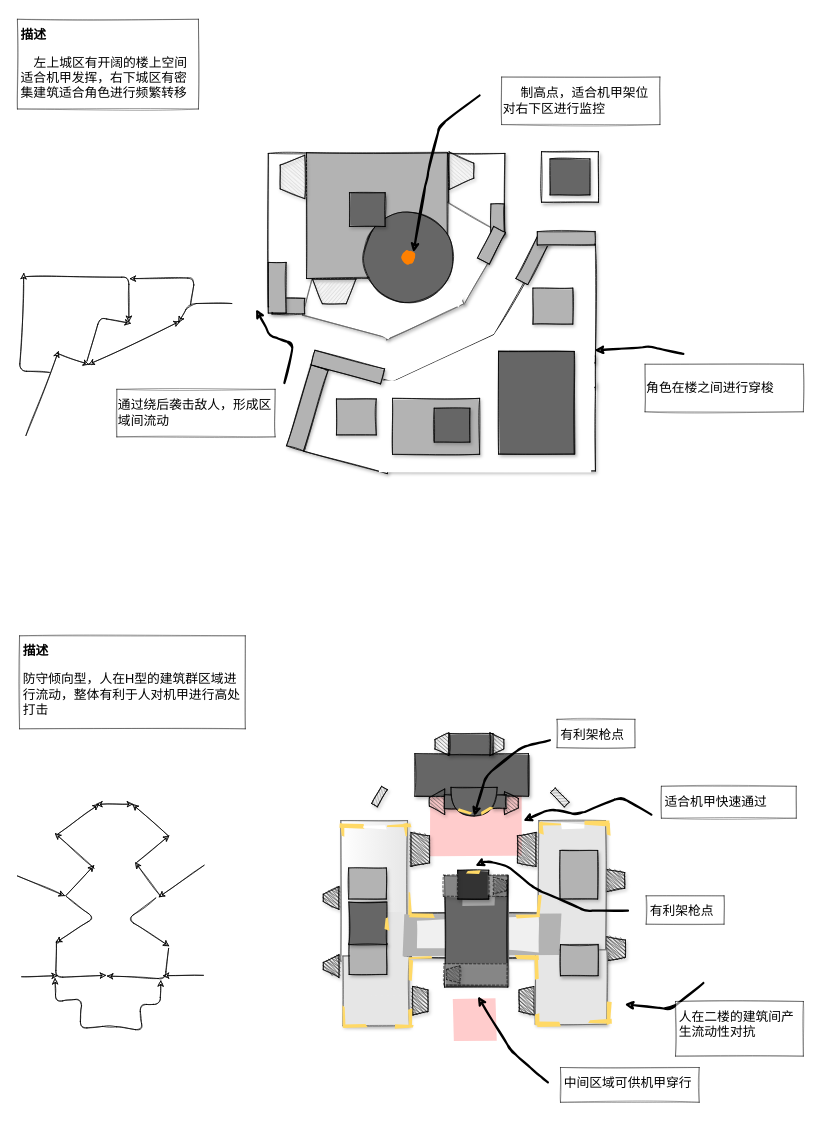
Above: Patterns.drawio in Heynoodle/DRAWIO (draw.io), before the change. Source tidied: cells renumbered, new cells numbered last; positions are measured from the earlier drawing's top-left corner, leaving out a move shared by most shapes. Both pictures are drawn from the tidied source at 71%, with x=0, y=0 at pixel (17, 19).
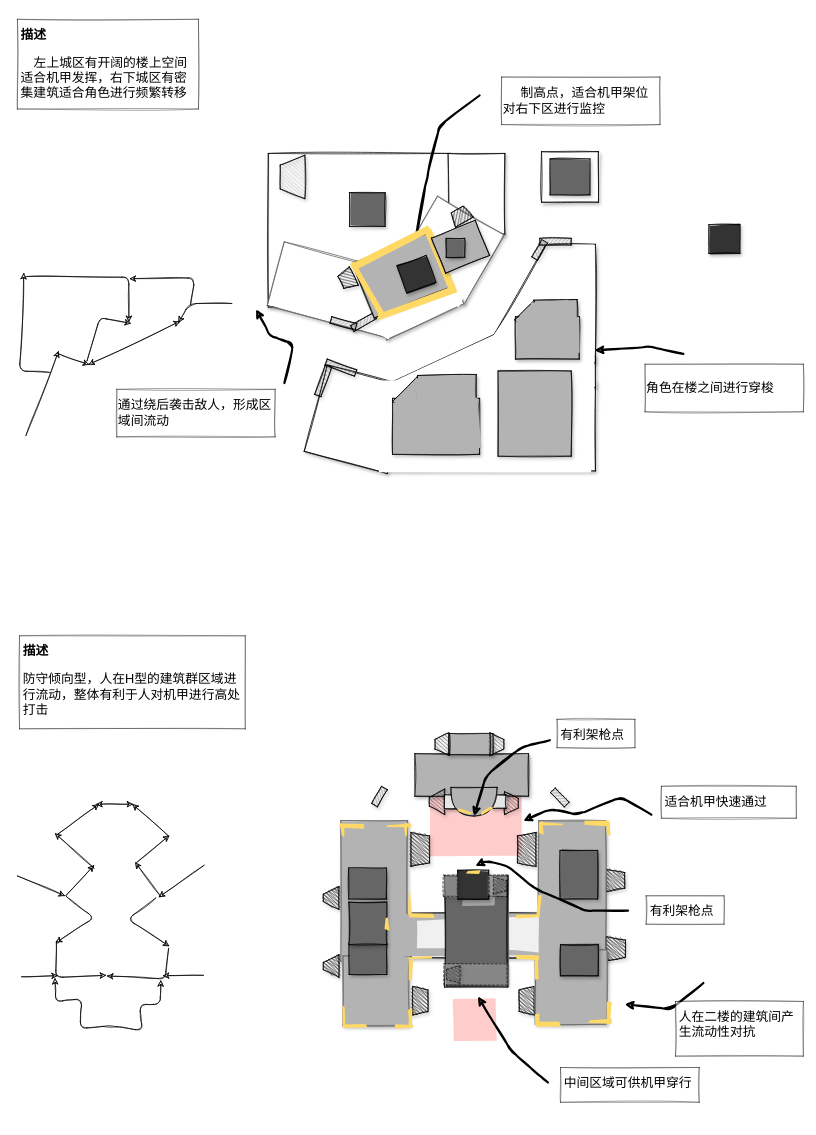
After the change.

Unchanged cells that the change refers to:
```xml
<mxCell id="53" style="group;" parent="1" vertex="1">
  <mxGeometry x="340.3" y="945" width="655" height="608" as="geometry" />
</mxCell>
<mxCell id="54" style="group;rotation=-180;" parent="53" vertex="1">
  <mxGeometry x="99.5" y="0.6" width="471.2" height="522" as="geometry" />
</mxCell>
```

Change to the diagram source:
```diff
@@
     <mxCell id="2" style="rounded=0;whiteSpace=wrap;html=1;shadow=1;sketch=1;" parent="1" vertex="1">
-      <mxGeometry x="353.4" y="188.6" width="80" height="216" as="geometry" />
+      <mxGeometry x="353.4" y="188.6" width="256.6" height="216.3" as="geometry" />
     </mxCell>
@@
     <mxCell id="4" style="rounded=0;whiteSpace=wrap;html=1;shadow=1;sketch=1;rotation=15;strokeColor=#666666;" parent="1" vertex="1">
-      <mxGeometry x="411.5" y="341" width="123.9" height="93" as="geometry" />
+      <mxGeometry x="360.9" y="334.3" width="175.3" height="93" as="geometry" />
     </mxCell>
@@
-    <mxCell id="9" style="group;rotation=-90;" parent="1" vertex="1">
-      <mxGeometry x="465.6" y="281.7" width="151.6" height="144" as="geometry" />
-    </mxCell>
-    <mxCell id="10" style="rounded=0;whiteSpace=wrap;html=1;shadow=1;sketch=1;fillStyle=solid;rotation=-90;fillColor=#B3B3B3;" parent="9" vertex="1">
-      <mxGeometry x="-47.7" y="-104.7" width="177.1" height="198.5" as="geometry" />
-    </mxCell>
-    <mxCell id="11" style="ellipse;whiteSpace=wrap;html=1;shadow=0;sketch=1;strokeColor=#000000;gradientColor=none;rotation=-90;fillColor=#666666;fillStyle=solid;" parent="9" vertex="1">
-      <mxGeometry x="18.7" y="-13.2" width="132.9" height="132.9" as="geometry" />
-    </mxCell>
-    <mxCell id="12" style="ellipse;whiteSpace=wrap;html=1;rounded=0;shadow=0;sketch=1;strokeWidth=1;strokeColor=none;fillColor=#FF8000;fillStyle=solid;" parent="9" vertex="1">
-      <mxGeometry x="75.2" y="43.2" width="20" height="20" as="geometry" />
-    </mxCell>
@@
-    <mxCell id="20" style="shape=trapezoid;perimeter=trapezoidPerimeter;whiteSpace=wrap;html=1;fixedSize=1;strokeWidth=1;sketch=1;shadow=1;rotation=90;fillStyle=auto;size=15.94885498046915;fillColor=#CCCCCC;" parent="1" vertex="1">
-      <mxGeometry x="598.9" y="195.6" width="53.1" height="34.7" as="geometry" />
-    </mxCell>
-    <mxCell id="21" style="shape=trapezoid;perimeter=trapezoidPerimeter;whiteSpace=wrap;html=1;fixedSize=1;strokeWidth=1;sketch=1;shadow=1;rotation=-180;fillStyle=auto;size=13.796666666666852;fillColor=#CCCCCC;" parent="1" vertex="1">
-      <mxGeometry x="415.7" y="365.6" width="61.2" height="34.7" as="geometry" />
-    </mxCell>
@@
-    <mxCell id="28" style="rounded=0;whiteSpace=wrap;html=1;shadow=1;sketch=1;rotation=90;fillColor=#666666;fillStyle=solid;" parent="1" vertex="1">
-      <mxGeometry x="658.8" y="486.5" width="144.4" height="106.7" as="geometry" />
-    </mxCell>
@@
-    <mxCell id="30" style="rounded=0;whiteSpace=wrap;html=1;shadow=1;sketch=1;rotation=90;fillStyle=solid;fillColor=#B3B3B3;" parent="1" vertex="1">
-      <mxGeometry x="728.9" y="375.6" width="50.6" height="56.1" as="geometry" />
-    </mxCell>
-    <mxCell id="31" style="rounded=0;whiteSpace=wrap;html=1;shadow=1;sketch=1;rotation=90;fillStyle=solid;fillColor=#B3B3B3;" parent="1" vertex="1">
-      <mxGeometry x="452.1" y="531.7" width="50.6" height="56.1" as="geometry" />
+    <mxCell id="31" style="rounded=0;whiteSpace=wrap;html=1;shadow=1;sketch=1;rotation=135;fillStyle=solid;fillColor=#B3B3B3;" parent="1" vertex="1">
+      <mxGeometry x="540.8" y="511.6" width="50.6" height="56.1" as="geometry" />
     </mxCell>
@@
-    <mxCell id="35" style="rounded=0;whiteSpace=wrap;html=1;shadow=1;sketch=1;rotation=105;fillStyle=solid;fillColor=#B3B3B3;" parent="1" vertex="1">
-      <mxGeometry x="454.4" y="438.8" width="21.8" height="101.5" as="geometry" />
-    </mxCell>
-    <mxCell id="36" style="rounded=0;whiteSpace=wrap;html=1;shadow=1;sketch=1;rotation=-163;fillStyle=solid;fillColor=#B3B3B3;" parent="1" vertex="1">
-      <mxGeometry x="395.8" y="487.7" width="25.1" height="118.9" as="geometry" />
-    </mxCell>
-    <mxCell id="37" style="rounded=0;whiteSpace=wrap;html=1;shadow=1;sketch=1;rotation=-153;fillStyle=solid;fillColor=#B3B3B3;" parent="1" vertex="1">
-      <mxGeometry x="716.9" y="303.1" width="18.8" height="69.8" as="geometry" />
-    </mxCell>
-    <mxCell id="38" style="rounded=0;whiteSpace=wrap;html=1;shadow=1;sketch=1;rotation=-90;fillStyle=solid;fillColor=#B3B3B3;" parent="1" vertex="1">
-      <mxGeometry x="763.6" y="267.5" width="18.8" height="81.4" as="geometry" />
-    </mxCell>
-    <mxCell id="39" style="rounded=0;whiteSpace=wrap;html=1;shadow=1;sketch=1;rotation=-180;fillStyle=solid;fillColor=#B3B3B3;" parent="1" vertex="1">
-      <mxGeometry x="667" y="259.8" width="18.8" height="42.6" as="geometry" />
-    </mxCell>
-    <mxCell id="40" style="rounded=0;whiteSpace=wrap;html=1;shadow=1;sketch=1;rotation=-153;fillStyle=solid;fillColor=#B3B3B3;" parent="1" vertex="1">
-      <mxGeometry x="658.4" y="292.9" width="18.8" height="50" as="geometry" />
-    </mxCell>
-    <mxCell id="41" style="rounded=0;whiteSpace=wrap;html=1;shadow=1;sketch=1;rotation=90;fillStyle=solid;fillColor=#B3B3B3;" parent="1" vertex="1">
-      <mxGeometry x="370.8" y="380.8" width="21.8" height="45.8" as="geometry" />
-    </mxCell>
-    <mxCell id="42" style="rounded=0;whiteSpace=wrap;html=1;shadow=1;sketch=1;rotation=-180;fillStyle=solid;fillColor=#B3B3B3;" parent="1" vertex="1">
-      <mxGeometry x="353.4" y="342.1" width="25.1" height="71.3" as="geometry" />
-    </mxCell>
@@
-    <mxCell id="63" style="rounded=0;whiteSpace=wrap;html=1;sketch=1;fillStyle=solid;shadow=1;strokeWidth=1;fillColor=#666666;" parent="54" vertex="1">
+    <mxCell id="63" style="rounded=0;whiteSpace=wrap;html=1;sketch=1;fillStyle=solid;shadow=1;strokeWidth=1;fillColor=#B3B3B3;" parent="54" vertex="1">
       <mxGeometry x="120" y="88.4" width="160" height="60" as="geometry" />
     </mxCell>
@@
-    <mxCell id="65" style="rounded=0;whiteSpace=wrap;html=1;sketch=1;fillStyle=solid;shadow=1;strokeWidth=1;fillColor=#666666;" parent="54" vertex="1">
+    <mxCell id="65" style="rounded=0;whiteSpace=wrap;html=1;sketch=1;fillStyle=solid;shadow=1;strokeWidth=1;fillColor=#B3B3B3;" parent="54" vertex="1">
       <mxGeometry x="169" y="60" width="61" height="30" as="geometry" />
     </mxCell>
@@
-    <mxCell id="69" style="rounded=0;whiteSpace=wrap;html=1;sketch=1;fillStyle=solid;shadow=1;strokeWidth=1;fillColor=#666666;" parent="54" vertex="1">
+    <mxCell id="69" style="rounded=0;whiteSpace=wrap;html=1;sketch=1;fillStyle=solid;shadow=1;strokeWidth=1;fillColor=#E6E6E6;" parent="54" vertex="1">
       <mxGeometry x="161.5" y="146.2" width="20" height="19.6" as="geometry" />
     </mxCell>
-    <mxCell id="70" style="rounded=0;whiteSpace=wrap;html=1;sketch=1;fillStyle=solid;shadow=1;strokeWidth=1;fillColor=#666666;" parent="54" vertex="1">
+    <mxCell id="70" style="rounded=0;whiteSpace=wrap;html=1;sketch=1;fillStyle=solid;shadow=1;strokeWidth=1;fillColor=#E6E6E6;" parent="54" vertex="1">
       <mxGeometry x="230" y="146.2" width="18.5" height="19.6" as="geometry" />
     </mxCell>
-    <mxCell id="71" style="shape=or;whiteSpace=wrap;html=1;sketch=1;fillStyle=solid;rotation=90;fillColor=#666666;" parent="54" vertex="1">
+    <mxCell id="71" style="shape=or;whiteSpace=wrap;html=1;sketch=1;fillStyle=solid;rotation=90;fillColor=#B3B3B3;" parent="54" vertex="1">
       <mxGeometry x="183.2" y="123.6" width="40.4" height="64.9" as="geometry" />
     </mxCell>
@@
-    <mxCell id="81" style="rounded=0;whiteSpace=wrap;html=1;shadow=1;sketch=1;rotation=90;fillStyle=solid;strokeColor=#666666;gradientColor=#ffffff;fillColor=#E6E6E6;" parent="53" vertex="1">
+    <mxCell id="81" style="rounded=0;whiteSpace=wrap;html=1;shadow=1;sketch=1;rotation=90;fillStyle=solid;strokeColor=#666666;fillColor=#B3B3B3;" parent="53" vertex="1">
       <mxGeometry x="63.2" y="235.3" width="198" height="93.9" as="geometry" />
     </mxCell>
@@
-    <mxCell id="83" style="rounded=0;whiteSpace=wrap;html=1;shadow=1;sketch=1;rotation=90;fillStyle=solid;strokeColor=#666666;fillColor=#E6E6E6;" parent="53" vertex="1">
+    <mxCell id="83" style="rounded=0;whiteSpace=wrap;html=1;shadow=1;sketch=1;rotation=90;fillStyle=solid;strokeColor=#666666;fillColor=#B3B3B3;" parent="53" vertex="1">
       <mxGeometry x="342.1" y="235.3" width="198" height="93.9" as="geometry" />
     </mxCell>
-    <mxCell id="84" style="rounded=0;whiteSpace=wrap;html=1;shadow=1;sketch=1;fillStyle=solid;strokeColor=#666666;fillColor=#E6E6E6;direction=south;" parent="53" vertex="1">
+    <mxCell id="84" style="rounded=0;whiteSpace=wrap;html=1;shadow=1;sketch=1;fillStyle=solid;strokeColor=#666666;direction=south;fillColor=#B3B3B3;" parent="53" vertex="1">
       <mxGeometry x="118.2" y="374" width="93.9" height="98.2" as="geometry" />
     </mxCell>
-    <mxCell id="85" style="rounded=0;whiteSpace=wrap;html=1;shadow=1;sketch=1;fillStyle=solid;strokeColor=#666666;fillColor=#E6E6E6;" parent="53" vertex="1">
+    <mxCell id="85" style="rounded=0;whiteSpace=wrap;html=1;shadow=1;sketch=1;fillStyle=solid;strokeColor=#666666;fillColor=#B3B3B3;" parent="53" vertex="1">
       <mxGeometry x="389.1" y="365.2" width="100.9" height="104.8" as="geometry" />
     </mxCell>
-    <mxCell id="86" style="rounded=0;whiteSpace=wrap;html=1;shadow=0;sketch=1;strokeColor=none;rotation=-90;fillStyle=solid;fillColor=#E6E6E6;" parent="53" vertex="1">
+    <mxCell id="86" style="rounded=0;whiteSpace=wrap;html=1;shadow=0;sketch=1;strokeColor=none;rotation=-90;fillStyle=solid;fillColor=#B3B3B3;" parent="53" vertex="1">
       <mxGeometry x="118.9" y="344.5" width="115.5" height="52.4" as="geometry" />
     </mxCell>
@@
-    <mxCell id="100" style="rounded=0;whiteSpace=wrap;html=1;shadow=0;sketch=1;rotation=0;fillStyle=solid;strokeColor=none;fillColor=#FFFFFF;" parent="53" vertex="1">
-      <mxGeometry x="146.3" y="189.6" width="33" height="4.9" as="geometry" />
-    </mxCell>
-    <mxCell id="101" style="rounded=0;whiteSpace=wrap;html=1;shadow=0;sketch=1;rotation=0;fillStyle=solid;strokeColor=none;fillColor=#FFFFFF;" parent="53" vertex="1">
-      <mxGeometry x="426.7" y="186.8" width="33" height="7.7" as="geometry" />
-    </mxCell>
@@
-    <mxCell id="116" style="rounded=0;whiteSpace=wrap;html=1;sketch=1;fillStyle=solid;shadow=1;fillColor=#B3B3B3;strokeWidth=1;" parent="53" vertex="1">
+    <mxCell id="116" style="rounded=0;whiteSpace=wrap;html=1;sketch=1;fillStyle=solid;shadow=1;strokeWidth=1;fillColor=#666666;" parent="53" vertex="1">
       <mxGeometry x="127" y="356.3" width="53" height="43.7" as="geometry" />
     </mxCell>
-    <mxCell id="117" style="rounded=0;whiteSpace=wrap;html=1;sketch=1;fillStyle=solid;shadow=1;fillColor=#B3B3B3;strokeWidth=1;" parent="53" vertex="1">
+    <mxCell id="117" style="rounded=0;whiteSpace=wrap;html=1;sketch=1;fillStyle=solid;shadow=1;strokeWidth=1;fillColor=#666666;" parent="53" vertex="1">
       <mxGeometry x="126.3" y="250" width="53" height="43.7" as="geometry" />
     </mxCell>
@@
-    <mxCell id="119" style="rounded=0;whiteSpace=wrap;html=1;sketch=1;fillStyle=solid;shadow=1;fillColor=#B3B3B3;strokeWidth=1;" parent="53" vertex="1">
+    <mxCell id="119" style="rounded=0;whiteSpace=wrap;html=1;sketch=1;fillStyle=solid;shadow=1;strokeWidth=1;fillColor=#666666;" parent="53" vertex="1">
       <mxGeometry x="424" y="225.3" width="53" height="68.4" as="geometry" />
     </mxCell>
-    <mxCell id="120" style="rounded=0;whiteSpace=wrap;html=1;sketch=1;fillStyle=solid;shadow=1;fillColor=#B3B3B3;strokeWidth=1;" parent="53" vertex="1">
+    <mxCell id="120" style="rounded=0;whiteSpace=wrap;html=1;sketch=1;fillStyle=solid;shadow=1;strokeWidth=1;fillColor=#666666;" parent="53" vertex="1">
       <mxGeometry x="424.6" y="358" width="53" height="43.7" as="geometry" />
     </mxCell>
@@
-    <mxCell id="148" style="endArrow=classic;html=1;strokeWidth=3;entryX=1;entryY=0;entryDx=0;entryDy=0;sketch=1;" parent="1" edge="1" target="12">
+    <mxCell id="148" style="endArrow=classic;html=1;strokeWidth=3;entryX=1;entryY=0;entryDx=0;entryDy=0;sketch=1;" parent="1" edge="1">
       <mxGeometry relative="1" as="geometry">
         <mxPoint x="651" y="107" as="sourcePoint" />
+        <mxPoint x="557.8" y="327.8" as="targetPoint" />
         <Array as="points">
           <mxPoint x="595" y="149" />
           <mxPoint x="576" y="225" />
         </Array>
       </mxGeometry>
     </mxCell>
@@
+    <mxCell id="160" style="rounded=0;whiteSpace=wrap;html=1;shadow=1;sketch=1;rotation=89;fillStyle=solid;fillColor=#B3B3B3;" parent="1" vertex="1">
+      <mxGeometry x="580" y="484.6" width="50.6" height="82.7" as="geometry" />
+    </mxCell>
+    <mxCell id="161" style="rounded=0;whiteSpace=wrap;html=1;shadow=0;sketch=1;strokeColor=none;rotation=-3;fillStyle=solid;fillColor=#B3B3B3;" parent="1" vertex="1">
+      <mxGeometry x="532.4" y="535.3" width="117.6" height="69.6" as="geometry" />
+    </mxCell>
+    <mxCell id="162" style="rounded=0;whiteSpace=wrap;html=1;shadow=0;sketch=1;strokeColor=none;rotation=-3;fillStyle=solid;fillColor=#B3B3B3;" parent="1" vertex="1">
+      <mxGeometry x="562.6" y="503.8" width="67.5" height="69.6" as="geometry" />
+    </mxCell>
+    <mxCell id="163" style="rounded=0;whiteSpace=wrap;html=1;sketch=1;fillStyle=solid;shadow=1;strokeWidth=1;fillColor=#B3B3B3;" parent="1" vertex="1">
+      <mxGeometry x="677" y="495" width="103" height="120" as="geometry" />
+    </mxCell>
+    <mxCell id="164" style="group;" parent="1" vertex="1">
+      <mxGeometry x="700" y="395" width="93.4" height="82.4" as="geometry" />
+    </mxCell>
+    <mxCell id="165" style="rounded=0;whiteSpace=wrap;html=1;shadow=1;sketch=1;rotation=90;fillStyle=solid;fillColor=#B3B3B3;" parent="164" vertex="1">
+      <mxGeometry x="16.6" y="8.5" width="59.6" height="89.9" as="geometry" />
+    </mxCell>
+    <mxCell id="166" style="rounded=0;whiteSpace=wrap;html=1;shadow=1;sketch=1;rotation=135;fillStyle=solid;fillColor=#B3B3B3;" parent="164" vertex="1">
+      <mxGeometry x="9.4" y="8.5" width="38.3" height="41.2" as="geometry" />
+    </mxCell>
+    <mxCell id="167" style="rounded=0;whiteSpace=wrap;html=1;shadow=1;sketch=1;rotation=89;fillStyle=solid;fillColor=#B3B3B3;" parent="164" vertex="1">
+      <mxGeometry x="39.1" y="-11.3" width="38.3" height="60.6" as="geometry" />
+    </mxCell>
+    <mxCell id="168" style="rounded=0;whiteSpace=wrap;html=1;shadow=0;sketch=1;strokeColor=none;rotation=-3;fillStyle=solid;fillColor=#B3B3B3;" parent="164" vertex="1">
+      <mxGeometry x="3.1" y="26" width="89" height="51" as="geometry" />
+    </mxCell>
+    <mxCell id="169" style="rounded=0;whiteSpace=wrap;html=1;shadow=0;sketch=1;strokeColor=none;rotation=-3;fillStyle=solid;fillColor=#B3B3B3;" parent="164" vertex="1">
+      <mxGeometry x="25.9" y="2.8" width="51.1" height="51" as="geometry" />
+    </mxCell>
+    <mxCell id="170" style="rounded=0;whiteSpace=wrap;html=1;shadow=1;glass=0;sketch=1;strokeColor=#000000;fillColor=#999999;gradientColor=none;rotation=-60;direction=west;" parent="1" vertex="1">
+      <mxGeometry x="721.6" y="319.8" width="28" height="9.4" as="geometry" />
+    </mxCell>
+    <mxCell id="171" style="rounded=0;whiteSpace=wrap;html=1;shadow=1;glass=0;sketch=1;strokeColor=#000000;fillColor=#999999;gradientColor=none;rotation=0;direction=west;" parent="1" vertex="1">
+      <mxGeometry x="735.7" y="308.2" width="44.3" height="9.4" as="geometry" />
+    </mxCell>
+    <mxCell id="172" style="rounded=0;whiteSpace=wrap;html=1;shadow=1;glass=0;sketch=1;strokeColor=#000000;fillColor=#999999;gradientColor=none;rotation=20;direction=west;" parent="1" vertex="1">
+      <mxGeometry x="433.4" y="485.5" width="44.3" height="9.4" as="geometry" />
+    </mxCell>
+    <mxCell id="173" style="rounded=0;whiteSpace=wrap;html=1;shadow=1;glass=0;sketch=1;strokeColor=#000000;fillColor=#999999;gradientColor=none;rotation=-70;direction=west;" parent="1" vertex="1">
+      <mxGeometry x="408.5" y="504.1" width="44.3" height="9.4" as="geometry" />
+    </mxCell>
+    <mxCell id="174" style="rounded=0;whiteSpace=wrap;html=1;shadow=1;glass=0;sketch=1;strokeColor=#000000;fillColor=#999999;gradientColor=none;rotation=-165;direction=west;" parent="1" vertex="1">
+      <mxGeometry x="440.9" y="423.1" width="36.6" height="9.4" as="geometry" />
+    </mxCell>
+    <mxCell id="175" style="rounded=0;whiteSpace=wrap;html=1;shadow=1;glass=0;sketch=1;strokeColor=#000000;fillColor=#999999;gradientColor=none;rotation=-30;direction=west;" parent="1" vertex="1">
+      <mxGeometry x="469.4" y="421.7" width="36.1" height="9.4" as="geometry" />
+    </mxCell>
+    <mxCell id="176" style="rounded=0;whiteSpace=wrap;html=1;shadow=1;sketch=1;fillStyle=solid;strokeWidth=1;fillColor=#333333;" parent="1" vertex="1">
+      <mxGeometry x="974" y="289" width="43.7" height="40.5" as="geometry" />
+    </mxCell>
+    <mxCell id="10" style="rounded=0;whiteSpace=wrap;html=1;shadow=1;sketch=1;fillStyle=solid;rotation=-112;fillColor=#B3B3B3;" parent="1" vertex="1">
+      <mxGeometry x="500.9" y="299.9" width="83" height="119.4" as="geometry" />
+    </mxCell>
+    <mxCell id="177" style="shape=trapezoid;perimeter=trapezoidPerimeter;whiteSpace=wrap;html=1;fixedSize=1;strokeWidth=1;sketch=1;shadow=1;rotation=-116;fillStyle=hachure;size=4.94497782389351;fillColor=#333333;" parent="1" vertex="1">
+      <mxGeometry x="450.3" y="355.6" width="28.8" height="20.3" as="geometry" />
+    </mxCell>
+    <mxCell id="178" style="rounded=0;whiteSpace=wrap;html=1;shadow=1;sketch=1;fillStyle=solid;strokeWidth=1;fillColor=#333333;rotation=-20;" parent="1" vertex="1">
+      <mxGeometry x="540.2" y="338.4" width="43.7" height="40.5" as="geometry" />
+    </mxCell>
+    <mxCell id="179" style="rounded=0;whiteSpace=wrap;html=1;shadow=0;sketch=1;rotation=-20;fillStyle=solid;strokeColor=none;fillColor=#FFD966;" parent="1" vertex="1">
+      <mxGeometry x="503.8" y="394.9" width="116.8" height="9.3" as="geometry" />
+    </mxCell>
+    <mxCell id="180" style="rounded=0;whiteSpace=wrap;html=1;shadow=0;sketch=1;rotation=60;fillStyle=solid;strokeColor=none;fillColor=#FFD966;" parent="1" vertex="1">
+      <mxGeometry x="450.3" y="376" width="87.2" height="9.3" as="geometry" />
+    </mxCell>
+    <mxCell id="181" style="rounded=0;whiteSpace=wrap;html=1;shadow=0;sketch=1;rotation=-26;fillStyle=solid;strokeColor=none;fillColor=#FFD966;" parent="1" vertex="1">
+      <mxGeometry x="465.6" y="317.2" width="122.6" height="9.3" as="geometry" />
+    </mxCell>
+    <mxCell id="182" style="rounded=0;whiteSpace=wrap;html=1;shadow=0;sketch=1;rotation=-114;fillStyle=solid;strokeColor=none;fillColor=#FFD966;" parent="1" vertex="1">
+      <mxGeometry x="550.2" y="334.3" width="91.6" height="9.3" as="geometry" />
+    </mxCell>
+    <mxCell id="183" style="rounded=0;whiteSpace=wrap;html=1;shadow=1;sketch=1;fillStyle=solid;rotation=-112;fillColor=#B3B3B3;" parent="1" vertex="1">
+      <mxGeometry x="597.4" y="286.7" width="53.4" height="66.8" as="geometry" />
+    </mxCell>
+    <mxCell id="184" style="shape=trapezoid;perimeter=trapezoidPerimeter;whiteSpace=wrap;html=1;fixedSize=1;strokeWidth=1;sketch=1;shadow=1;rotation=-30;fillStyle=hachure;size=4.94497782389351;fillColor=#333333;" parent="1" vertex="1">
+      <mxGeometry x="610" y="266.4" width="28.8" height="20.3" as="geometry" />
+    </mxCell>
+    <mxCell id="185" style="rounded=0;whiteSpace=wrap;html=1;sketch=1;fillStyle=solid;shadow=1;strokeWidth=1;fillColor=#666666;" parent="1" vertex="1">
+      <mxGeometry x="603.9" y="308.2" width="26.1" height="26.8" as="geometry" />
+    </mxCell>
```
